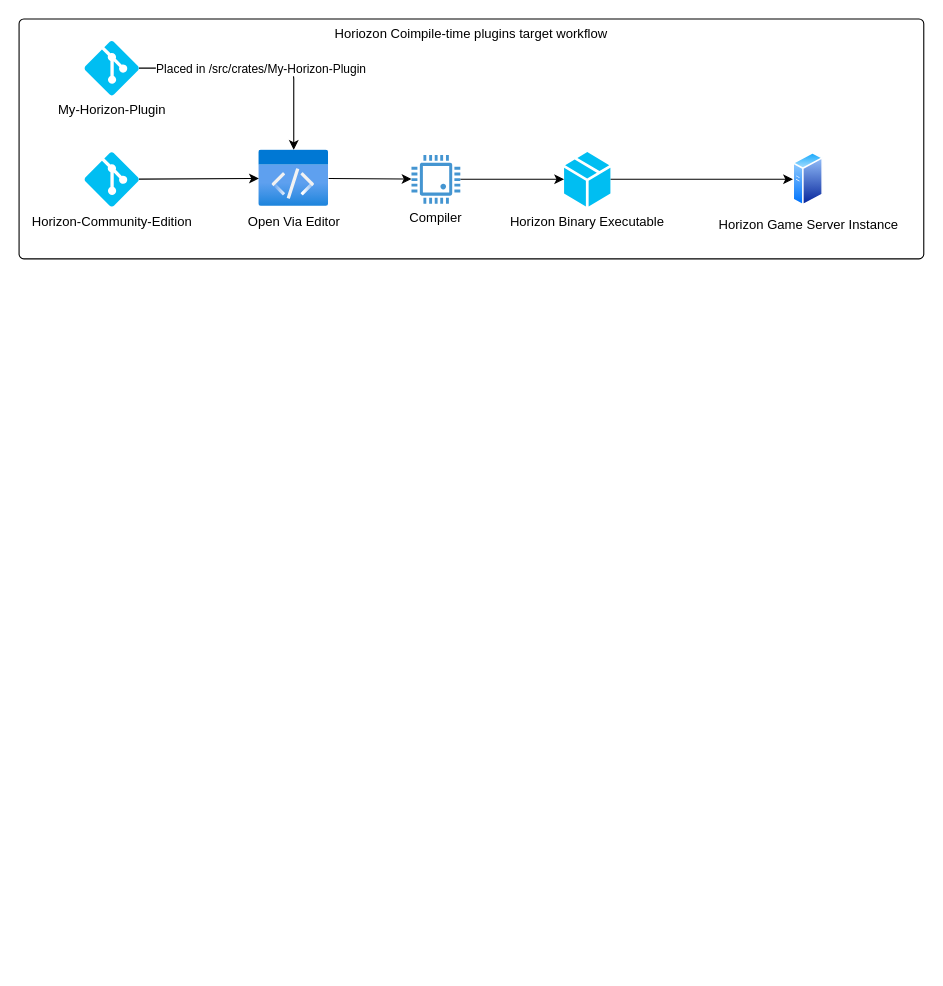
Before: diagrams/plugins-compile-time.drawio in Far-Beyond-Dev/Horizon-Community-Edition, a draw.io diagram. Source tidied: cells renumbered, new cells numbered last; positions are measured from the earlier drawing's top-left corner, leaving out a move shared by most shapes. Both pictures are drawn from the tidied source at 109%, with x=0, y=0 at pixel (19, 19).
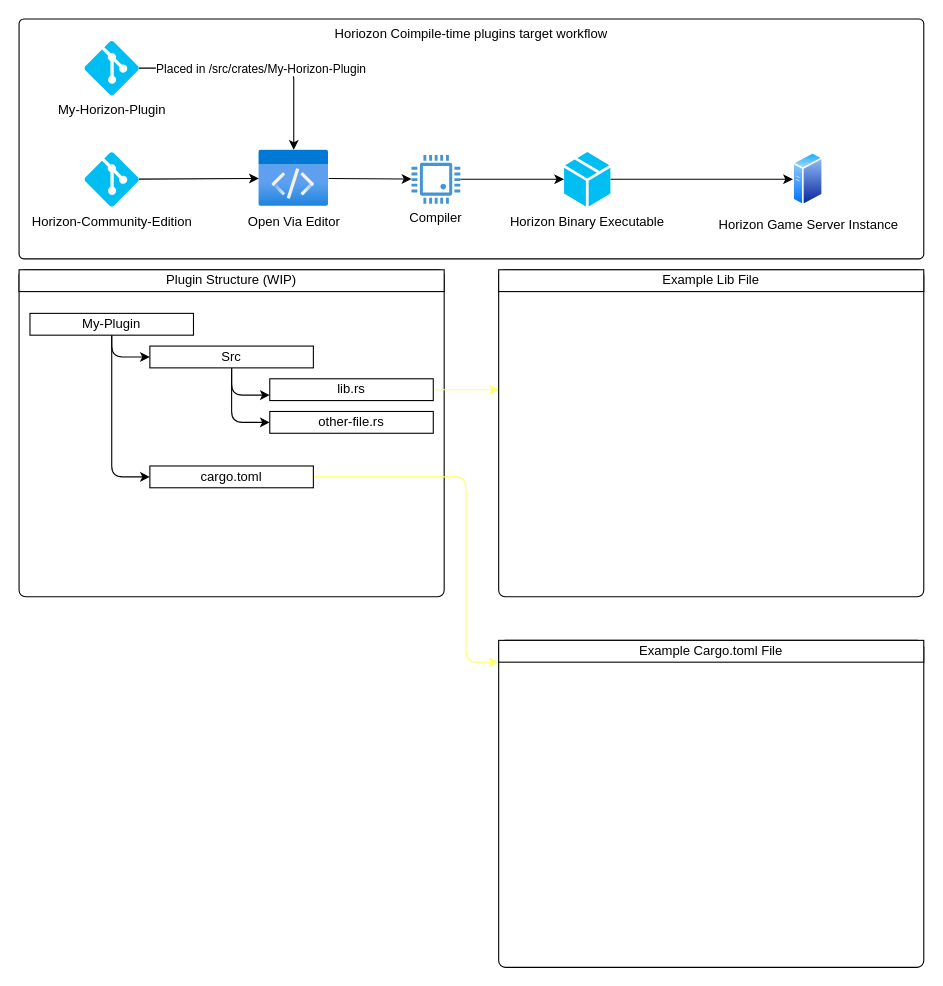
Above is the later version.

The edit, as a diff of the source:
```diff
@@
+    <mxCell id="15" style="rounded=1;whiteSpace=wrap;html=1;arcSize=2;align=center;verticalAlign=top;" parent="1" vertex="1">
+      <mxGeometry y="230" width="390" height="300" as="geometry" />
+    </mxCell>
+    <mxCell id="16" style="edgeStyle=none;html=1;entryX=0;entryY=0.5;entryDx=0;entryDy=0;" parent="1" edge="1" source="18" target="21">
+      <mxGeometry relative="1" as="geometry">
+        <Array as="points">
+          <mxPoint x="85" y="310" />
+        </Array>
+      </mxGeometry>
+    </mxCell>
+    <mxCell id="17" style="edgeStyle=none;html=1;entryX=0;entryY=0.5;entryDx=0;entryDy=0;" parent="1" edge="1" source="18" target="26">
+      <mxGeometry relative="1" as="geometry">
+        <Array as="points">
+          <mxPoint x="85" y="420" />
+        </Array>
+      </mxGeometry>
+    </mxCell>
+    <mxCell id="18" value="My-Plugin" style="rounded=0;whiteSpace=wrap;html=1;" parent="1" vertex="1">
+      <mxGeometry x="10" y="270" width="150" height="20" as="geometry" />
+    </mxCell>
+    <mxCell id="19" style="edgeStyle=none;html=1;entryX=0;entryY=0.75;entryDx=0;entryDy=0;" parent="1" edge="1" source="21" target="23">
+      <mxGeometry relative="1" as="geometry">
+        <Array as="points">
+          <mxPoint x="195" y="345" />
+        </Array>
+      </mxGeometry>
+    </mxCell>
+    <mxCell id="20" style="edgeStyle=none;html=1;entryX=0;entryY=0.5;entryDx=0;entryDy=0;" parent="1" edge="1" source="21" target="24">
+      <mxGeometry relative="1" as="geometry">
+        <Array as="points">
+          <mxPoint x="195" y="370" />
+        </Array>
+      </mxGeometry>
+    </mxCell>
+    <mxCell id="21" value="Src" style="rounded=0;whiteSpace=wrap;html=1;" parent="1" vertex="1">
+      <mxGeometry x="120" y="300" width="150" height="20" as="geometry" />
+    </mxCell>
+    <mxCell id="22" style="edgeStyle=none;html=1;entryX=0.001;entryY=0.367;entryDx=0;entryDy=0;entryPerimeter=0;fontColor=#FFFF66;strokeColor=#FFFF66;" parent="1" edge="1" source="23" target="27">
+      <mxGeometry relative="1" as="geometry">
+        <Array as="points">
+          <mxPoint x="410" y="340" />
+        </Array>
+      </mxGeometry>
+    </mxCell>
+    <mxCell id="23" value="lib.rs" style="rounded=0;whiteSpace=wrap;html=1;" parent="1" vertex="1">
+      <mxGeometry x="230" y="330" width="150" height="20" as="geometry" />
+    </mxCell>
+    <mxCell id="24" value="other-file.rs" style="rounded=0;whiteSpace=wrap;html=1;" parent="1" vertex="1">
+      <mxGeometry x="230" y="360" width="150" height="20" as="geometry" />
+    </mxCell>
+    <mxCell id="25" style="edgeStyle=none;html=1;entryX=0;entryY=0.067;entryDx=0;entryDy=0;entryPerimeter=0;fontColor=#FFFF66;strokeColor=#FFFF66;" parent="1" edge="1" source="26" target="29">
+      <mxGeometry relative="1" as="geometry">
+        <Array as="points">
+          <mxPoint x="410" y="420" />
+          <mxPoint x="410" y="590" />
+        </Array>
+      </mxGeometry>
+    </mxCell>
+    <mxCell id="26" value="cargo.toml" style="rounded=0;whiteSpace=wrap;html=1;" parent="1" vertex="1">
+      <mxGeometry x="120" y="410" width="150" height="20" as="geometry" />
+    </mxCell>
+    <mxCell id="27" style="rounded=1;whiteSpace=wrap;html=1;arcSize=2;align=center;verticalAlign=top;" parent="1" vertex="1">
+      <mxGeometry x="440" y="230" width="390" height="300" as="geometry" />
+    </mxCell>
+    <mxCell id="28" value="&lt;span style=&quot;&quot;&gt;Example Lib File&lt;/span&gt;" style="rounded=0;whiteSpace=wrap;html=1;verticalAlign=middle;align=center;spacing=0;" parent="1" vertex="1">
+      <mxGeometry x="440" y="230" width="390" height="20" as="geometry" />
+    </mxCell>
+    <mxCell id="29" style="rounded=1;whiteSpace=wrap;html=1;arcSize=2;align=center;verticalAlign=top;" parent="1" vertex="1">
+      <mxGeometry x="440" y="570" width="390" height="300" as="geometry" />
+    </mxCell>
+    <mxCell id="30" value="&lt;span style=&quot;&quot;&gt;Example Cargo.toml File&lt;/span&gt;" style="rounded=0;whiteSpace=wrap;html=1;verticalAlign=middle;align=center;spacing=0;" parent="1" vertex="1">
+      <mxGeometry x="440" y="570" width="390" height="20" as="geometry" />
+    </mxCell>
+    <mxCell id="31" value="&lt;span style=&quot;&quot;&gt;Plugin Structure (WIP)&lt;/span&gt;" style="rounded=0;whiteSpace=wrap;html=1;verticalAlign=middle;align=center;spacing=0;" parent="1" vertex="1">
+      <mxGeometry y="230" width="390" height="20" as="geometry" />
+    </mxCell>
```
